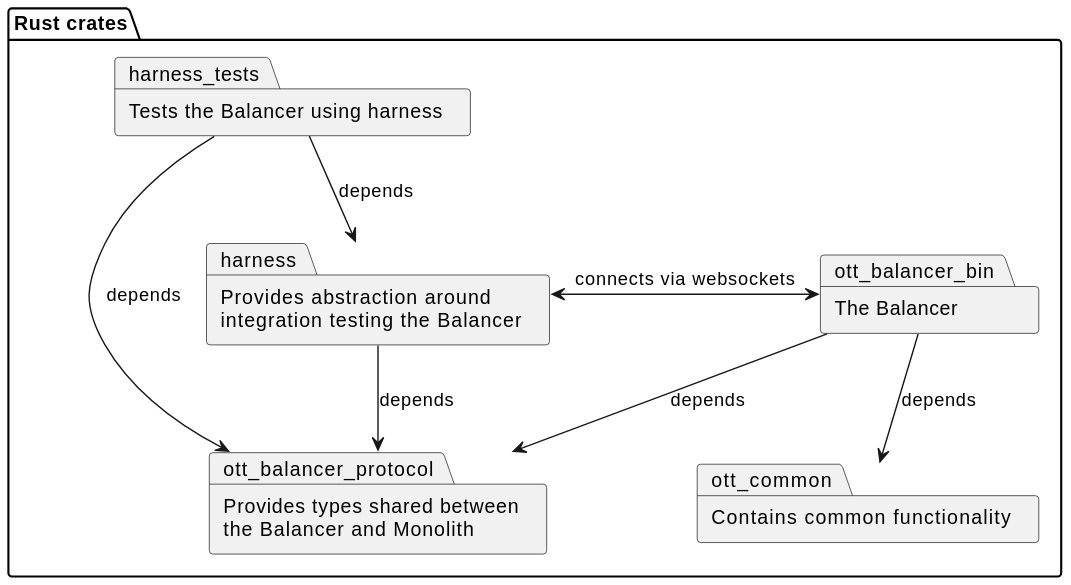
This is figures/balancer-crates.svg from dyc3/senior-design, a PlantUML export, as it was before one commit.
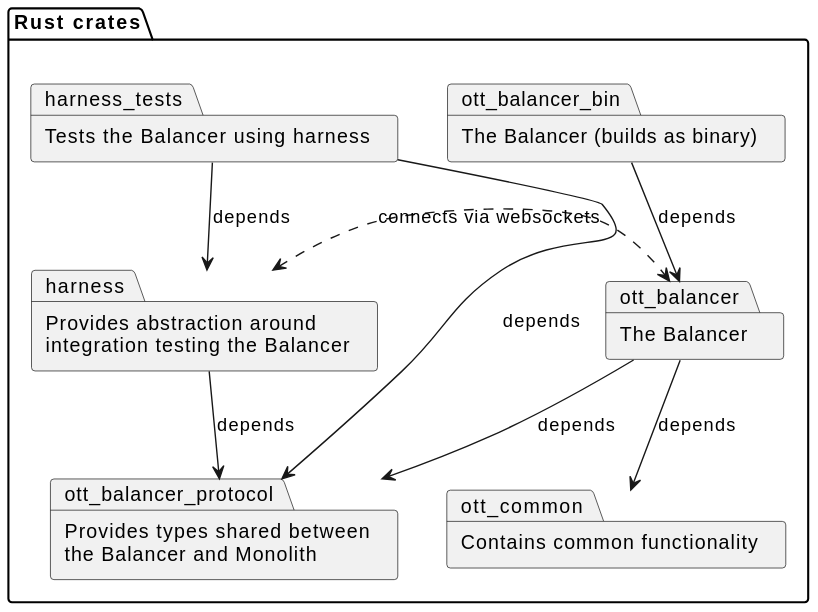
The same file after the commit.

Commit message:
update package diagrams @Figure::full-package-diagram and @Figure::balancer-crates (#268)

The edit, as a diff of the source:
```diff
@@ -3,8 +3,11 @@
   package ott_common [
     Contains common functionality
   ]
+  package ott_balancer [
+    The Balancer
+  ]
   package ott_balancer_bin [
-    The Balancer
+    The Balancer (builds as binary)
   ]
   package ott_balancer_protocol [
     Provides types shared between
@@ -20,10 +23,11 @@
 }
 
 
-ott_balancer_bin --> ott_common : depends
-ott_balancer_bin -> ott_balancer_protocol : depends
+ott_balancer --> ott_common : depends
+ott_balancer -> ott_balancer_protocol : depends
 harness --> ott_balancer_protocol : depends
 harness_tests --> harness : depends
 harness_tests -> ott_balancer_protocol : depends
-harness <-> ott_balancer_bin : connects via websockets
+harness <.> ott_balancer : connects via websockets
+ott_balancer_bin --> ott_balancer : depends
 @enduml
```
